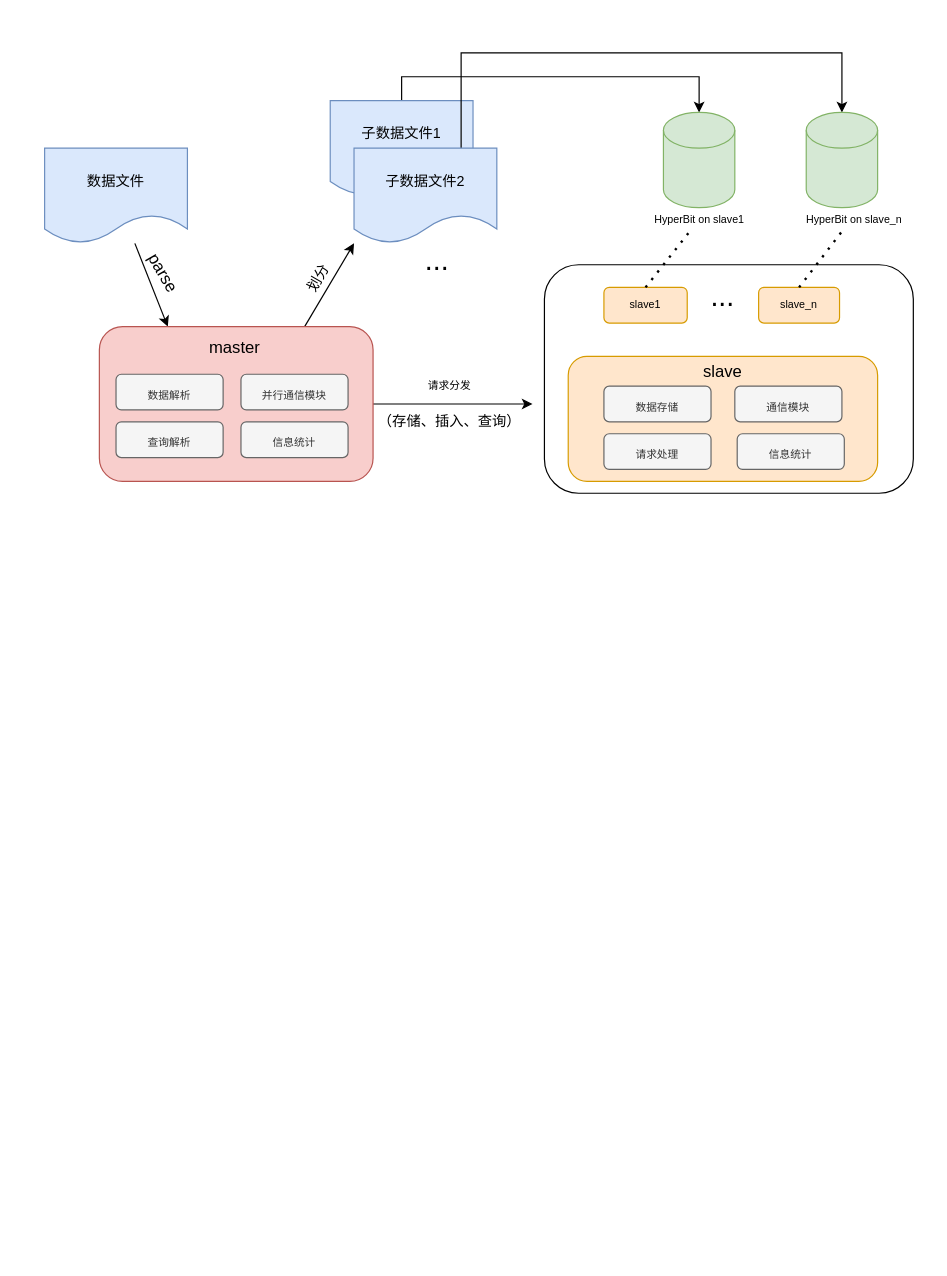
The draw.io diagram distribute.drawio in ductina/233, before the edit. Source tidied: cells renumbered, new cells numbered last; positions are measured from the earlier drawing's top-left corner, leaving out a move shared by most shapes. Both pictures are drawn from the tidied source at 119%, with x=0, y=0 at pixel (44, 52).
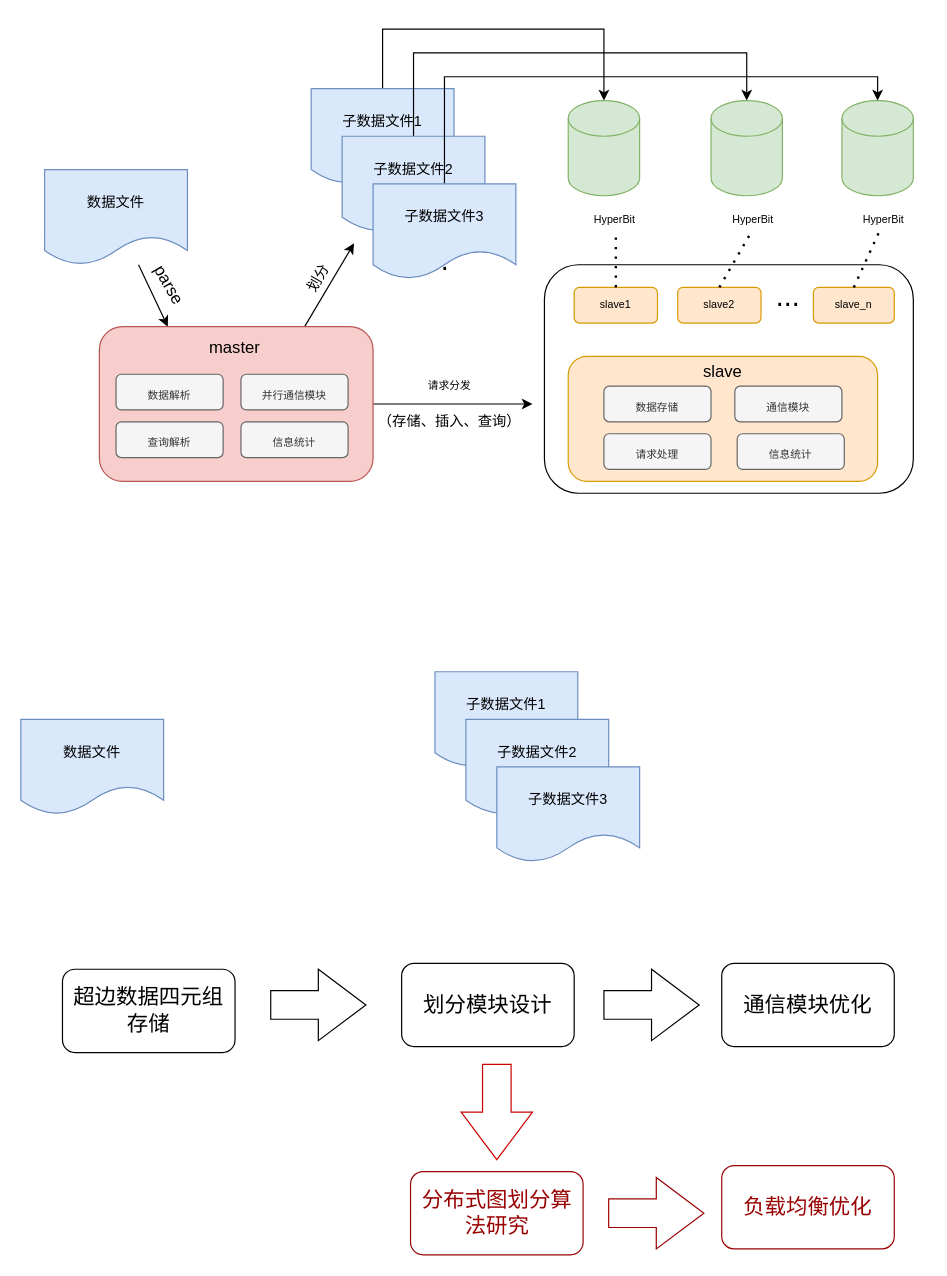
The same page after the edit.

The edit, as a diff of the source:
```diff
@@
     <mxCell id="4" value="数据文件" style="shape=document;whiteSpace=wrap;html=1;boundedLbl=1;fillColor=#dae8fc;strokeColor=#6c8ebf;" parent="1" vertex="1">
-      <mxGeometry y="80" width="120" height="80" as="geometry" />
+      <mxGeometry y="98" width="120" height="80" as="geometry" />
     </mxCell>
@@
     <mxCell id="7" style="edgeStyle=orthogonalEdgeStyle;rounded=0;jettySize=auto;html=1;entryX=0.5;entryY=0;entryDx=0;entryDy=0;entryPerimeter=0;fontSize=9;exitX=0.5;exitY=0;exitDx=0;exitDy=0;" parent="1" edge="1" source="8" target="24">
-      <mxGeometry relative="1" as="geometry" />
+      <mxGeometry relative="1" as="geometry">
+        <Array as="points">
+          <mxPoint x="284" y="-20" />
+          <mxPoint x="470" y="-20" />
+        </Array>
+      </mxGeometry>
     </mxCell>
     <mxCell id="8" value="&lt;span&gt;子数据文件1&lt;/span&gt;" style="shape=document;whiteSpace=wrap;html=1;boundedLbl=1;fillColor=#dae8fc;strokeColor=#6c8ebf;" parent="1" vertex="1">
-      <mxGeometry x="240" y="40" width="120" height="80" as="geometry" />
+      <mxGeometry x="224" y="30" width="120" height="80" as="geometry" />
     </mxCell>
-    <mxCell id="9" style="edgeStyle=orthogonalEdgeStyle;rounded=0;jettySize=auto;html=1;entryX=0.5;entryY=0;entryDx=0;entryDy=0;entryPerimeter=0;fontSize=9;exitX=0.75;exitY=0;exitDx=0;exitDy=0;" parent="1" edge="1" source="10" target="25">
-      <mxGeometry relative="1" as="geometry">
-        <Array as="points">
-          <mxPoint x="350" />
-          <mxPoint x="670" />
-        </Array>
-      </mxGeometry>
-    </mxCell>
+    <mxCell id="37" style="edgeStyle=orthogonalEdgeStyle;rounded=0;jettySize=auto;html=1;exitX=0.5;exitY=0;exitDx=0;exitDy=0;entryX=0.5;entryY=0;entryDx=0;entryDy=0;entryPerimeter=0;" parent="1" edge="1" source="10" target="41">
+      <mxGeometry relative="1" as="geometry">
+        <Array as="points">
+          <mxPoint x="310" />
+          <mxPoint x="590" />
+        </Array>
+      </mxGeometry>
+    </mxCell>
     <mxCell id="10" value="子数据文件2" style="shape=document;whiteSpace=wrap;html=1;boundedLbl=1;fillColor=#dae8fc;strokeColor=#6c8ebf;" parent="1" vertex="1">
-      <mxGeometry x="260" y="80" width="120" height="80" as="geometry" />
+      <mxGeometry x="250" y="70" width="120" height="80" as="geometry" />
     </mxCell>
@@
     <mxCell id="15" value="parse" style="text;html=1;strokeColor=none;fillColor=none;align=center;verticalAlign=middle;whiteSpace=wrap;rounded=0;fontSize=14;rotation=60;" parent="1" vertex="1">
-      <mxGeometry x="70" y="170" width="60" height="30" as="geometry" />
+      <mxGeometry x="75" y="180" width="60" height="30" as="geometry" />
     </mxCell>
@@
     <mxCell id="20" value="slave1" style="rounded=1;whiteSpace=wrap;html=1;fontSize=9;fillColor=#ffe6cc;strokeColor=#d79b00;" parent="1" vertex="1">
-      <mxGeometry x="470" y="197" width="70" height="30" as="geometry" />
+      <mxGeometry x="445" y="197" width="70" height="30" as="geometry" />
     </mxCell>
     <mxCell id="21" value="slave_n" style="rounded=1;whiteSpace=wrap;html=1;fontSize=9;fillColor=#ffe6cc;strokeColor=#d79b00;" parent="1" vertex="1">
-      <mxGeometry x="600" y="197" width="68" height="30" as="geometry" />
+      <mxGeometry x="646" y="197" width="68" height="30" as="geometry" />
     </mxCell>
     <mxCell id="22" value="&lt;font style=&quot;font-size: 24px&quot;&gt;...&lt;/font&gt;" style="text;html=1;strokeColor=none;fillColor=none;align=center;verticalAlign=middle;whiteSpace=wrap;rounded=0;" parent="1" vertex="1">
-      <mxGeometry x="540" y="190" width="60" height="30" as="geometry" />
+      <mxGeometry x="595" y="190" width="60" height="30" as="geometry" />
     </mxCell>
@@
     <mxCell id="24" style="shape=cylinder3;whiteSpace=wrap;html=1;boundedLbl=1;backgroundOutline=1;size=15;fontSize=9;fillColor=#d5e8d4;strokeColor=#82b366;" parent="1" vertex="1">
-      <mxGeometry x="520" y="50" width="60" height="80" as="geometry" />
+      <mxGeometry x="440" y="40" width="60" height="80" as="geometry" />
     </mxCell>
     <mxCell id="25" style="shape=cylinder3;whiteSpace=wrap;html=1;boundedLbl=1;backgroundOutline=1;size=15;fontSize=9;fillColor=#d5e8d4;strokeColor=#82b366;" parent="1" vertex="1">
-      <mxGeometry x="640" y="50" width="60" height="80" as="geometry" />
+      <mxGeometry x="670" y="40" width="60" height="80" as="geometry" />
     </mxCell>
@@
-    <mxCell id="31" value="HyperBit on slave1" style="text;html=1;align=center;verticalAlign=middle;points=[];strokeColor=none;fillColor=none;fontSize=9;" parent="1" vertex="1">
-      <mxGeometry x="490" y="130" width="120" height="20" as="geometry" />
+    <mxCell id="31" value="HyperBit&amp;nbsp;" style="text;html=1;align=center;verticalAlign=middle;points=[];strokeColor=none;fillColor=none;fontSize=9;" parent="1" vertex="1">
+      <mxGeometry x="445" y="130" width="70" height="20" as="geometry" />
     </mxCell>
-    <mxCell id="32" value="HyperBit on slave_n" style="text;html=1;align=center;verticalAlign=middle;points=[];strokeColor=none;fillColor=none;fontSize=9;" parent="1" vertex="1">
-      <mxGeometry x="620" y="130" width="120" height="20" as="geometry" />
+    <mxCell id="32" value="HyperBit&amp;nbsp;" style="text;html=1;align=center;verticalAlign=middle;points=[];strokeColor=none;fillColor=none;fontSize=9;" parent="1" vertex="1">
+      <mxGeometry x="671" y="130" width="70" height="20" as="geometry" />
     </mxCell>
@@
-    <mxCell id="34" style="endArrow=none;dashed=1;html=1;dashPattern=1 3;strokeWidth=2;rounded=0;fontSize=9;entryX=0.325;entryY=1.05;entryDx=0;entryDy=0;entryPerimeter=0;exitX=0.5;exitY=0;exitDx=0;exitDy=0;" parent="1" edge="1" source="21">
-      <mxGeometry relative="1" as="geometry">
-        <mxPoint x="670" y="150" as="targetPoint" />
-      </mxGeometry>
+    <mxCell id="34" style="endArrow=none;dashed=1;html=1;dashPattern=1 3;strokeWidth=2;rounded=0;fontSize=9;exitX=0.5;exitY=0;exitDx=0;exitDy=0;" parent="1" edge="1" source="21" target="32">
+      <mxGeometry relative="1" as="geometry" />
     </mxCell>
@@
+    <mxCell id="38" style="edgeStyle=orthogonalEdgeStyle;rounded=0;jettySize=auto;html=1;exitX=0.5;exitY=0;exitDx=0;exitDy=0;entryX=0.5;entryY=0;entryDx=0;entryDy=0;entryPerimeter=0;" parent="1" edge="1" source="39" target="25">
+      <mxGeometry relative="1" as="geometry" />
+    </mxCell>
+    <mxCell id="39" value="子数据文件3" style="shape=document;whiteSpace=wrap;html=1;boundedLbl=1;fillColor=#dae8fc;strokeColor=#6c8ebf;" parent="1" vertex="1">
+      <mxGeometry x="276" y="110" width="120" height="80" as="geometry" />
+    </mxCell>
+    <mxCell id="40" value="slave2" style="rounded=1;whiteSpace=wrap;html=1;fontSize=9;fillColor=#ffe6cc;strokeColor=#d79b00;" parent="1" vertex="1">
+      <mxGeometry x="532" y="197" width="70" height="30" as="geometry" />
+    </mxCell>
+    <mxCell id="41" style="shape=cylinder3;whiteSpace=wrap;html=1;boundedLbl=1;backgroundOutline=1;size=15;fontSize=9;fillColor=#d5e8d4;strokeColor=#82b366;" parent="1" vertex="1">
+      <mxGeometry x="560" y="40" width="60" height="80" as="geometry" />
+    </mxCell>
+    <mxCell id="42" value="HyperBit" style="text;html=1;align=center;verticalAlign=middle;points=[];strokeColor=none;fillColor=none;fontSize=9;" parent="1" vertex="1">
+      <mxGeometry x="565" y="130" width="60" height="20" as="geometry" />
+    </mxCell>
+    <mxCell id="43" style="endArrow=none;dashed=1;html=1;dashPattern=1 3;strokeWidth=2;rounded=0;fontSize=9;exitX=0.5;exitY=0;exitDx=0;exitDy=0;entryX=0.468;entryY=1.092;entryDx=0;entryDy=0;entryPerimeter=0;" parent="1" edge="1" source="40" target="42">
+      <mxGeometry relative="1" as="geometry" />
+    </mxCell>
+    <mxCell id="44" value="数据文件" style="shape=document;whiteSpace=wrap;html=1;boundedLbl=1;fillColor=#dae8fc;strokeColor=#6c8ebf;" parent="1" vertex="1">
+      <mxGeometry x="-20" y="560" width="120" height="80" as="geometry" />
+    </mxCell>
+    <mxCell id="45" value="&lt;span&gt;子数据文件1&lt;/span&gt;" style="shape=document;whiteSpace=wrap;html=1;boundedLbl=1;fillColor=#dae8fc;strokeColor=#6c8ebf;" parent="1" vertex="1">
+      <mxGeometry x="328" y="520" width="120" height="80" as="geometry" />
+    </mxCell>
+    <mxCell id="46" value="子数据文件2" style="shape=document;whiteSpace=wrap;html=1;boundedLbl=1;fillColor=#dae8fc;strokeColor=#6c8ebf;" parent="1" vertex="1">
+      <mxGeometry x="354" y="560" width="120" height="80" as="geometry" />
+    </mxCell>
+    <mxCell id="47" value="子数据文件3" style="shape=document;whiteSpace=wrap;html=1;boundedLbl=1;fillColor=#dae8fc;strokeColor=#6c8ebf;" parent="1" vertex="1">
+      <mxGeometry x="380" y="600" width="120" height="80" as="geometry" />
+    </mxCell>
+    <mxCell id="48" value="超边数据四元组存储" style="rounded=1;whiteSpace=wrap;html=1;fontSize=18;fontStyle=0;fontFamily=Times New Roman;" parent="1" vertex="1">
+      <mxGeometry x="15" y="770" width="145" height="70" as="geometry" />
+    </mxCell>
+    <mxCell id="49" style="html=1;shadow=0;dashed=0;align=center;verticalAlign=middle;shape=mxgraph.arrows2.arrow;dy=0.6;dx=40;notch=0;" parent="1" vertex="1">
+      <mxGeometry x="190" y="770" width="80" height="60" as="geometry" />
+    </mxCell>
+    <mxCell id="50" value="划分模块设计" style="rounded=1;whiteSpace=wrap;html=1;fontSize=18;fontStyle=0;fontFamily=Times New Roman;" parent="1" vertex="1">
+      <mxGeometry x="300" y="765" width="145" height="70" as="geometry" />
+    </mxCell>
+    <mxCell id="51" value="通信模块优化" style="rounded=1;whiteSpace=wrap;html=1;fontSize=18;fontStyle=0;fontFamily=Times New Roman;" parent="1" vertex="1">
+      <mxGeometry x="569" y="765" width="145" height="70" as="geometry" />
+    </mxCell>
+    <mxCell id="52" style="html=1;shadow=0;dashed=0;align=center;verticalAlign=middle;shape=mxgraph.arrows2.arrow;dy=0.6;dx=40;notch=0;" parent="1" vertex="1">
+      <mxGeometry x="470" y="770" width="80" height="60" as="geometry" />
+    </mxCell>
+    <mxCell id="53" style="html=1;shadow=0;align=center;verticalAlign=middle;shape=mxgraph.arrows2.arrow;dy=0.6;dx=40;notch=0;rotation=90;strokeColor=#CC0000;" parent="1" vertex="1">
+      <mxGeometry x="340" y="860" width="80" height="60" as="geometry" />
+    </mxCell>
+    <mxCell id="54" value="分布式图划分算法研究" style="rounded=1;whiteSpace=wrap;html=1;fontSize=18;fontStyle=0;fontFamily=Times New Roman;strokeColor=#990000;fontColor=#990000;" parent="1" vertex="1">
+      <mxGeometry x="307.5" y="940" width="145" height="70" as="geometry" />
+    </mxCell>
+    <mxCell id="55" style="html=1;shadow=0;dashed=0;align=center;verticalAlign=middle;shape=mxgraph.arrows2.arrow;dy=0.6;dx=40;notch=0;strokeColor=#990000;" parent="1" vertex="1">
+      <mxGeometry x="474" y="945" width="80" height="60" as="geometry" />
+    </mxCell>
+    <mxCell id="56" value="负载均衡优化" style="rounded=1;whiteSpace=wrap;html=1;fontSize=18;fontStyle=0;fontFamily=Times New Roman;strokeColor=#990000;fontColor=#990000;" parent="1" vertex="1">
+      <mxGeometry x="569" y="935" width="145" height="70" as="geometry" />
+    </mxCell>
```
